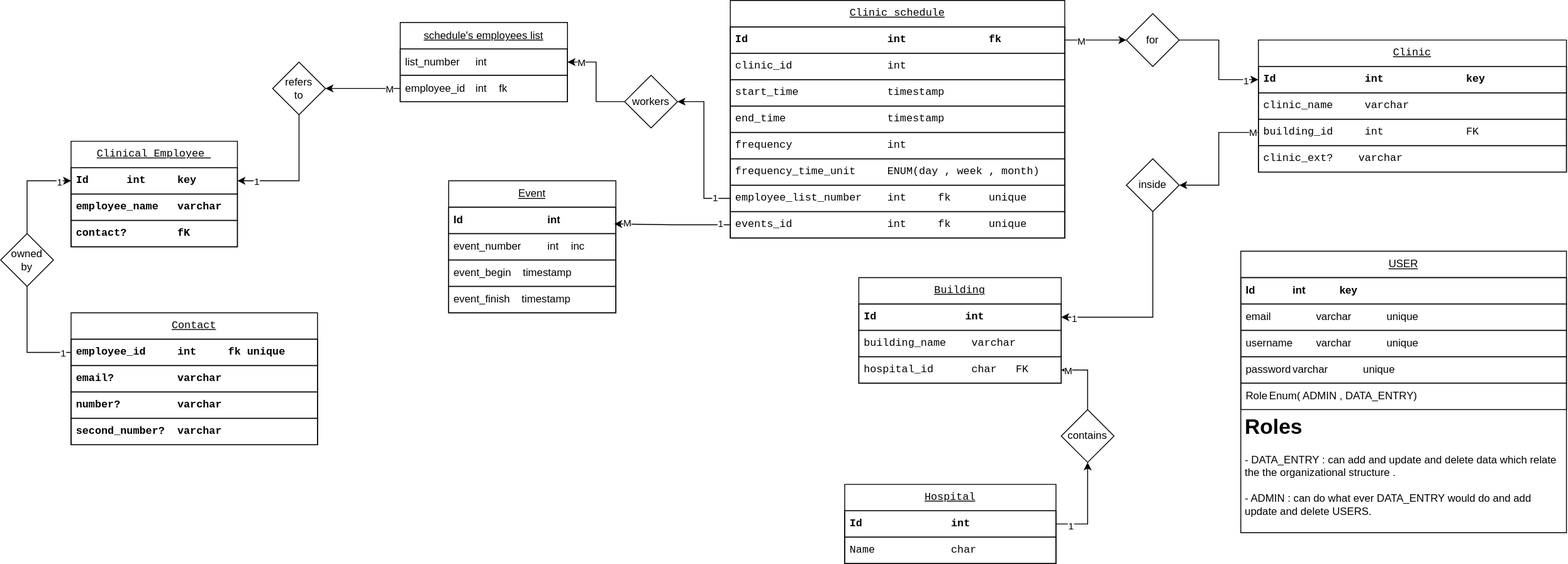
This is etc/imgs/database.drawio.svg from Abdullah-Khawahir/clinics-schedules, a draw.io export, as it was before one commit. Source tidied: cells renumbered, new cells last; positions are measured from the earlier drawing's top-left corner, leaving out a move shared by most shapes.
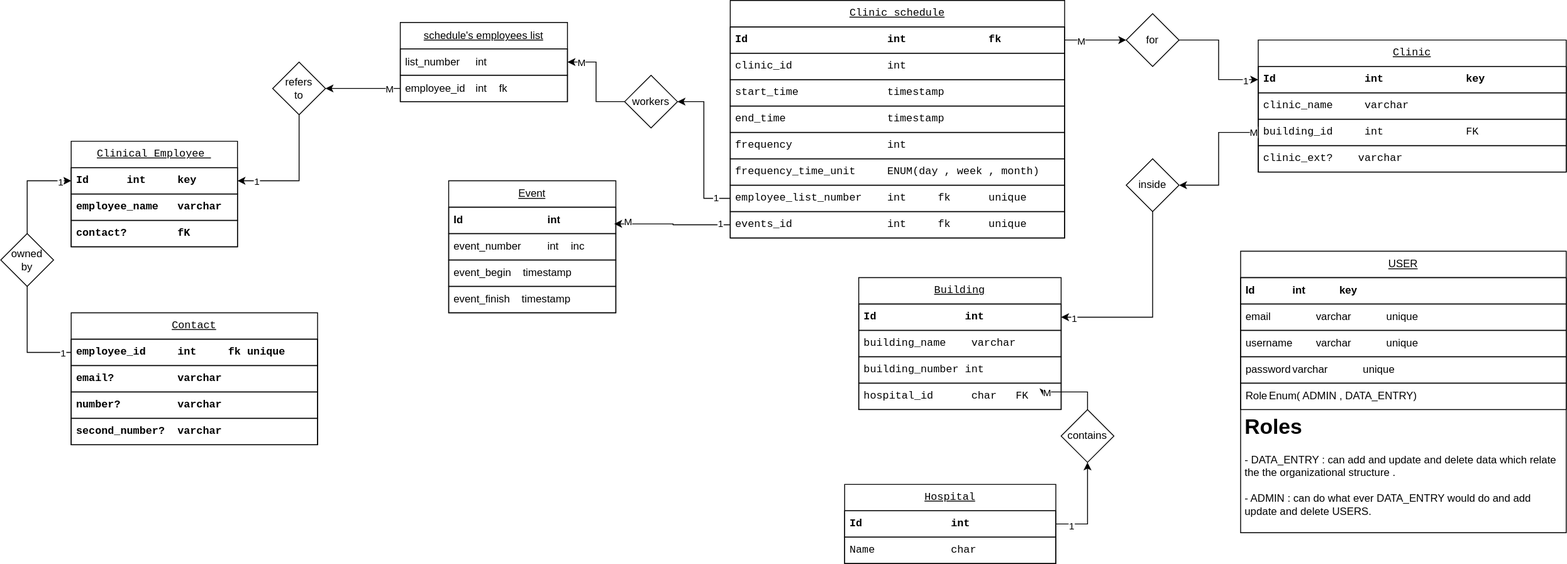
After the commit.

Commit message:
added building_number database.drawio.svg

The edit, as a diff of the source:
```diff
@@ -12,7 +12,7 @@
       <mxGeometry y="60" width="240" height="30" as="geometry" />
     </mxCell>
     <mxCell id="5" value="Building" style="swimlane;fontStyle=4;horizontal=1;startSize=30;whiteSpace=wrap;html=1;fontFamily=monospace;" parent="1" vertex="1">
-      <mxGeometry x="975" y="315" width="230" height="120" as="geometry" />
+      <mxGeometry x="975" y="315" width="230" height="150" as="geometry" />
     </mxCell>
     <mxCell id="6" value="Id&lt;span style=&quot;white-space: pre;&quot;&gt;&#9;&lt;/span&gt;&lt;span style=&quot;white-space: pre;&quot;&gt;&#9;&lt;/span&gt;int&lt;span style=&quot;white-space: pre;&quot;&gt;&#9;&lt;/span&gt;&lt;span style=&quot;white-space: pre;&quot;&gt;&#9;&lt;/span&gt;key" style="text;strokeColor=default;fillColor=none;align=left;verticalAlign=middle;spacingLeft=4;spacingRight=4;overflow=hidden;points=[[0,0.5],[1,0.5]];portConstraint=eastwest;whiteSpace=wrap;html=1;fontStyle=1;labelBorderColor=none;labelBackgroundColor=none;horizontal=1;spacingTop=0;fontFamily=monospace;" parent="5" vertex="1">
       <mxGeometry y="30" width="230" height="30" as="geometry" />
@@ -20,8 +20,11 @@
     <mxCell id="7" value="building_name&lt;span style=&quot;&quot;&gt;&lt;span style=&quot;white-space: pre;&quot;&gt;&amp;nbsp;&amp;nbsp;&amp;nbsp;&amp;nbsp;&lt;/span&gt;&lt;/span&gt;varchar" style="text;strokeColor=default;fillColor=none;align=left;verticalAlign=middle;spacingLeft=4;spacingRight=4;overflow=hidden;whiteSpace=wrap;html=1;fontFamily=monospace;" parent="5" vertex="1">
       <mxGeometry y="60" width="230" height="30" as="geometry" />
     </mxCell>
+    <mxCell id="81" value="building_number&lt;span style=&quot;white-space: pre;&quot;&gt;&#9;&lt;/span&gt;int" style="text;strokeColor=default;fillColor=none;align=left;verticalAlign=middle;spacingLeft=4;spacingRight=4;overflow=hidden;whiteSpace=wrap;html=1;fontFamily=monospace;" parent="5" vertex="1">
+      <mxGeometry y="90" width="230" height="30" as="geometry" />
+    </mxCell>
     <mxCell id="8" value="hospital_&lt;span style=&quot;white-space: pre;&quot;&gt;id&lt;span style=&quot;white-space: pre;&quot;&gt;&#9;&lt;/span&gt; &lt;/span&gt;char&lt;span style=&quot;white-space: pre;&quot;&gt;&#9;&lt;/span&gt;FK" style="text;strokeColor=default;fillColor=none;align=left;verticalAlign=middle;spacingLeft=4;spacingRight=4;overflow=hidden;points=[[0,0.5],[1,0.5]];portConstraint=eastwest;whiteSpace=wrap;html=1;fontFamily=monospace;" parent="5" vertex="1">
-      <mxGeometry y="90" width="230" height="30" as="geometry" />
+      <mxGeometry y="120" width="230" height="30" as="geometry" />
     </mxCell>
     <mxCell id="9" value="Clinic" style="swimlane;fontStyle=4;horizontal=1;startSize=30;whiteSpace=wrap;html=1;fontFamily=monospace;" parent="1" vertex="1">
       <mxGeometry x="1429" y="45" width="350" height="150" as="geometry" />
```
